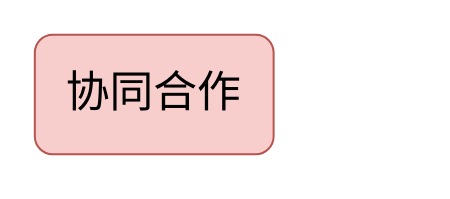
This is 未命名绘图.drawio from OrangeTaoer/ddrawio, a draw.io file, before an edit. Source tidied: cells renumbered, new cells numbered last; positions are measured from the earlier drawing's top-left corner, leaving out a move shared by most shapes. Both pictures are drawn from the tidied source at 199%, with x=0, y=0 at pixel (34, 34).
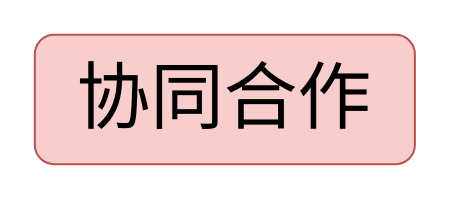
After the change.

Commit message (it also covers changes not shown here):
更新未命名绘图.drawio

Change to the diagram source:
```diff
@@
 <mxGraphModel>
   <root>
     <mxCell id="0" />
     <mxCell id="1" parent="0" />
-    <mxCell id="2" value="协同合作" style="rounded=1;whiteSpace=wrap;html=1;fontFamily=楷体;fontSize=22;fillColor=#f8cecc;strokeColor=#b85450;" parent="1" vertex="1">
-      <mxGeometry width="120" height="60" as="geometry" />
+    <mxCell id="2" value="协同合作" style="rounded=1;whiteSpace=wrap;html=1;fontFamily=楷体;fontSize=37;fillColor=#f8cecc;strokeColor=#b85450;" parent="1" vertex="1">
+      <mxGeometry width="191" height="65" as="geometry" />
     </mxCell>
   </root>
 </mxGraphModel>
```
